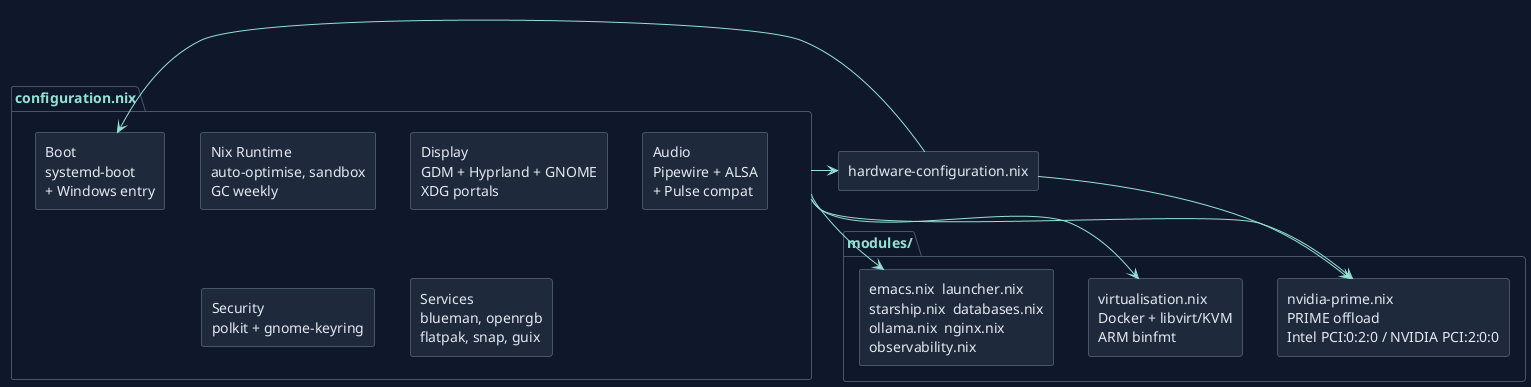
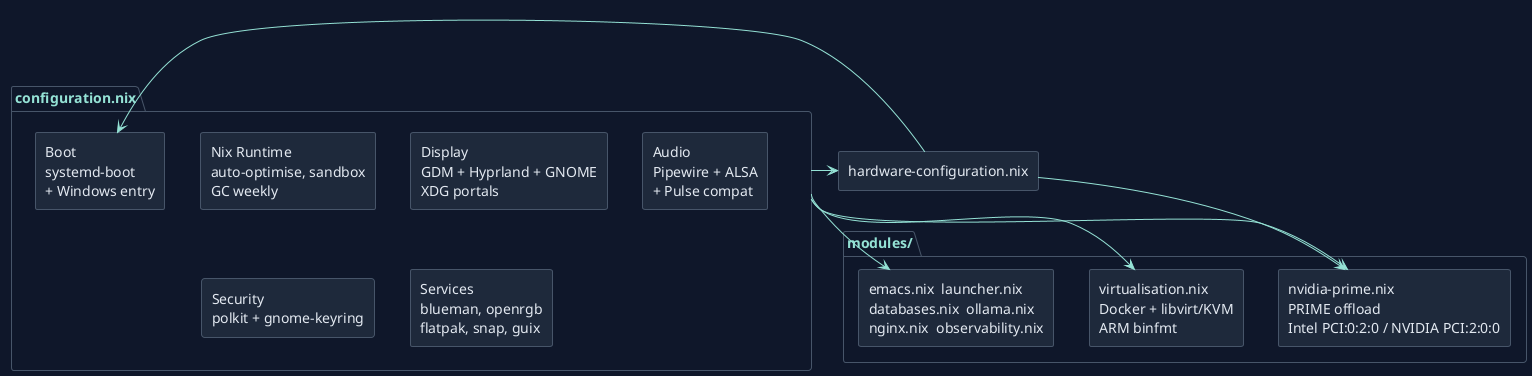
@startuml system-architecture
!theme plain
skinparam backgroundColor #0f172a
skinparam defaultFontColor #e2e8f0
skinparam arrowColor #94e2d5
skinparam borderColor #475569
skinparam shadowing false

skinparam rectangle {
  BackgroundColor #1e293b
  BorderColor #475569
  FontColor #e2e8f0
}
skinparam package {
  BackgroundColor #0f172a
  BorderColor #475569
  FontColor #94e2d5
}

package "configuration.nix" {
  rectangle "Boot\nsystemd-boot\n+ Windows entry" as boot
  rectangle "Nix Runtime\nauto-optimise, sandbox\nGC weekly" as nix
  rectangle "Display\nGDM + Hyprland + GNOME\nXDG portals" as display
  rectangle "Audio\nPipewire + ALSA\n+ Pulse compat" as audio
  rectangle "Security\npolkit + gnome-keyring" as sec
  rectangle "Services\nblueman, openrgb\nflatpak, snap, guix" as svc
}

package "modules/" {
  rectangle "nvidia-prime.nix\nPRIME offload\nIntel PCI:0:2:0 / NVIDIA PCI:2:0:0" as nvidia
  rectangle "virtualisation.nix\nDocker + libvirt/KVM\nARM binfmt" as virt
-   rectangle "emacs.nix  launcher.nix\nstarship.nix  databases.nix\nollama.nix  nginx.nix\nobservability.nix" as mods
+   rectangle "emacs.nix  launcher.nix\ndatabases.nix  ollama.nix\nnginx.nix  observability.nix" as mods
}

rectangle "hardware-configuration.nix" as hw

hw --> boot
hw --> nvidia
"configuration.nix" --> hw
"configuration.nix" --> nvidia
"configuration.nix" --> virt
"configuration.nix" --> mods

@enduml
